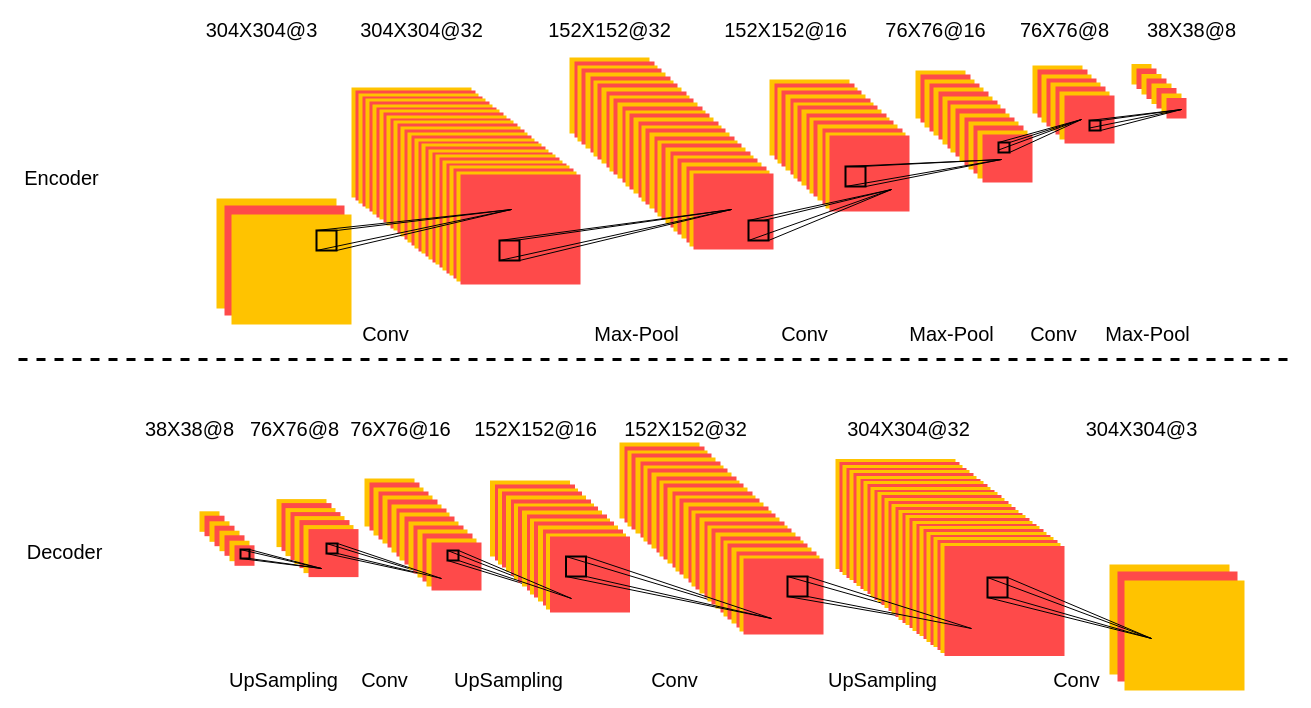
hpk1994/shophome keeps this draw.io diagram as page "Page-27" (24 of 24) of 频道首页执行流程.drawio. Above is the earlier version. Source tidied: cells renumbered, new cells numbered last; positions are measured from the earlier drawing's top-left corner, leaving out a move shared by most shapes. Both pictures are drawn from the tidied source at 100%, with x=0, y=0 at pixel (18, 19).
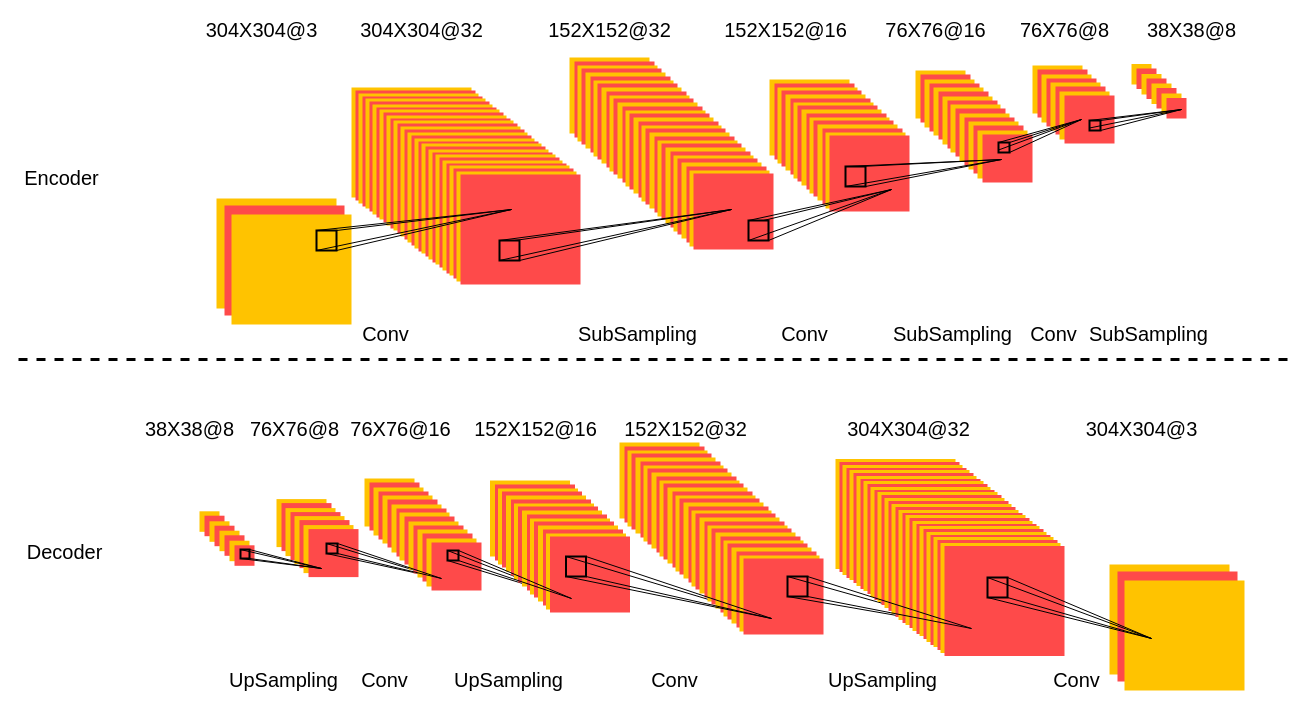
The same diagram, later.

Commit message (it also covers changes not shown here):
Update 频道首页执行流程.drawio

Change to the diagram source:
```diff
@@
-    <mxCell id="120" value="&lt;font style=&quot;font-size: 20px&quot;&gt;Max-Pool&lt;/font&gt;" style="text;html=1;align=center;verticalAlign=middle;" parent="1" vertex="1">
-      <mxGeometry x="568" y="304" width="100" height="20" as="geometry" />
+    <mxCell id="120" value="&lt;span style=&quot;font-size: 20px&quot;&gt;SubSampling&lt;/span&gt;" style="text;html=1;align=center;verticalAlign=middle;" parent="1" vertex="1">
+      <mxGeometry x="554" y="304" width="129" height="20" as="geometry" />
     </mxCell>
-    <mxCell id="121" value="&lt;font style=&quot;font-size: 20px&quot;&gt;Max-Pool&lt;/font&gt;" style="text;html=1;align=center;verticalAlign=middle;" parent="1" vertex="1">
-      <mxGeometry x="883" y="304" width="100" height="20" as="geometry" />
+    <mxCell id="121" value="&lt;span style=&quot;font-size: 20px&quot;&gt;SubSampling&lt;/span&gt;" style="text;html=1;align=center;verticalAlign=middle;" parent="1" vertex="1">
+      <mxGeometry x="869" y="304" width="129" height="20" as="geometry" />
     </mxCell>
-    <mxCell id="122" value="&lt;font style=&quot;font-size: 20px&quot;&gt;Max-Pool&lt;/font&gt;" style="text;html=1;align=center;verticalAlign=middle;" parent="1" vertex="1">
-      <mxGeometry x="1079" y="304" width="100" height="20" as="geometry" />
+    <mxCell id="122" value="&lt;span style=&quot;font-size: 20px&quot;&gt;SubSampling&lt;/span&gt;" style="text;html=1;align=center;verticalAlign=middle;" parent="1" vertex="1">
+      <mxGeometry x="1065" y="304" width="129" height="20" as="geometry" />
     </mxCell>
```
